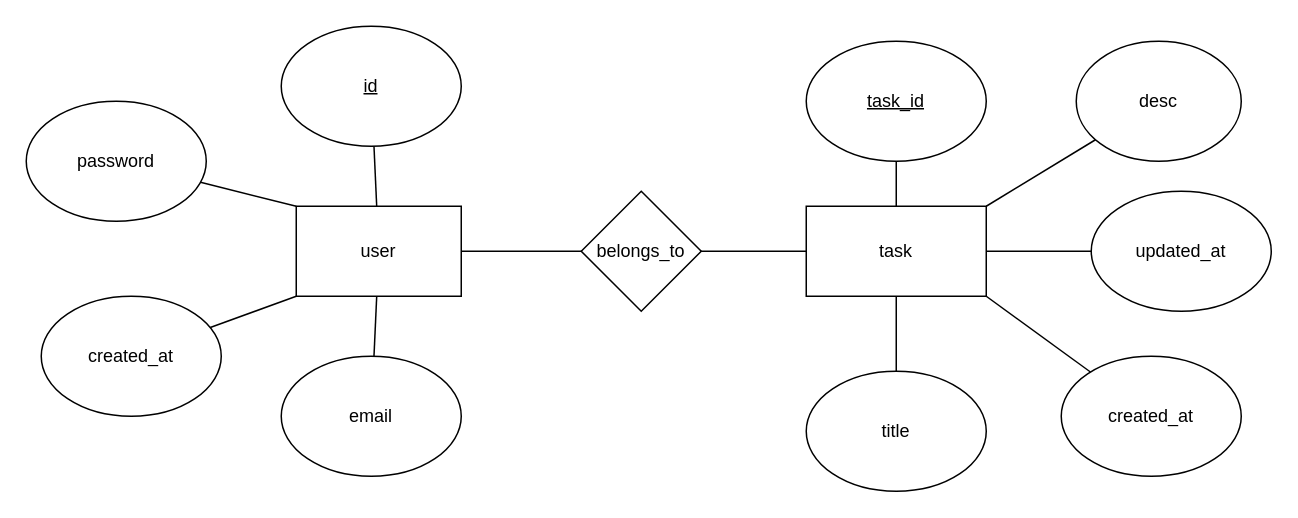
This is diagram.drawio from julianaxxx/task_forest, a draw.io file, before an edit. Source tidied: cells renumbered, new cells numbered last; positions are measured from the earlier drawing's top-left corner, leaving out a move shared by most shapes. Both pictures are drawn from the tidied source at 150%, with x=0, y=0 at pixel (26, 26).
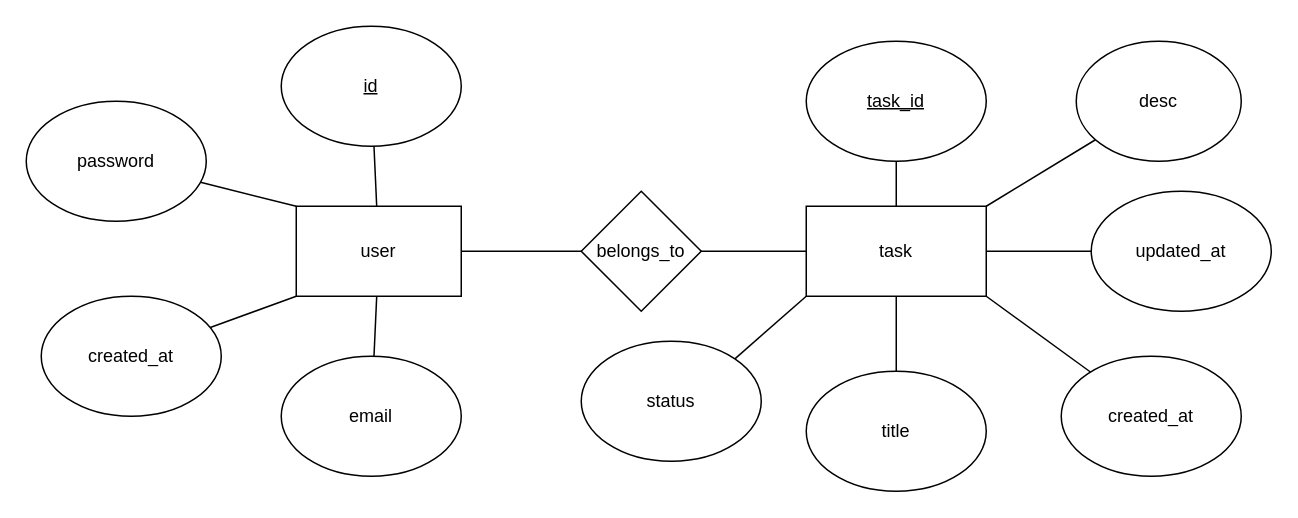
After the change.

The change refers to these unchanged cells:
```xml
<mxCell id="6" value="task" style="rounded=0;whiteSpace=wrap;html=1;" parent="1" vertex="1">
  <mxGeometry x="520" y="120" width="120" height="60" as="geometry" />
</mxCell>
```

What changed in the source:
```diff
@@
+    <mxCell id="24" style="edgeStyle=none;html=1;exitX=0;exitY=1;exitDx=0;exitDy=0;entryX=1;entryY=0;entryDx=0;entryDy=0;endArrow=none;endFill=0;" parent="1" edge="1" source="6" target="25">
+      <mxGeometry relative="1" as="geometry" />
+    </mxCell>
@@
+    <mxCell id="25" value="status" style="ellipse;whiteSpace=wrap;html=1;" parent="1" vertex="1">
+      <mxGeometry x="370" y="210" width="120" height="80" as="geometry" />
+    </mxCell>
```
